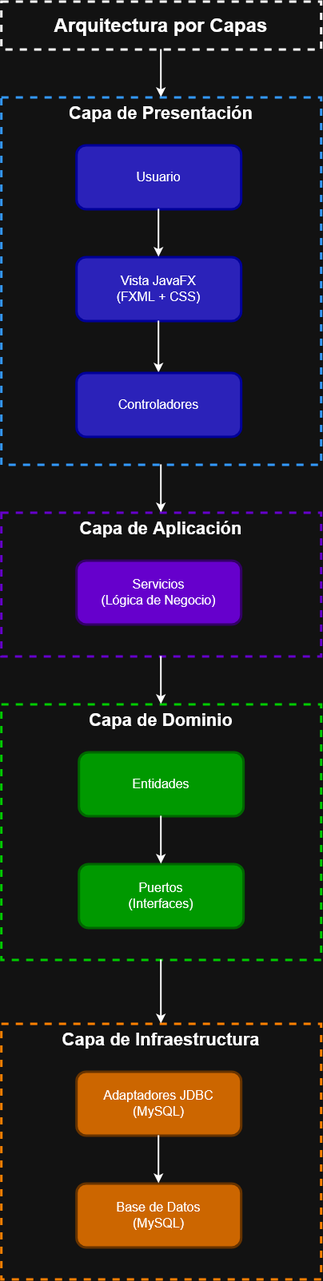
The draw.io diagram docs/images/spanish/diagramas/Diagrama_Arquitectura_de_Capas.png in carrascalpjosedanieldev/retail-management-system, before a commit. Source tidied: cells renumbered, new cells last; positions are measured from the earlier drawing's top-left corner, leaving out a move shared by most shapes.
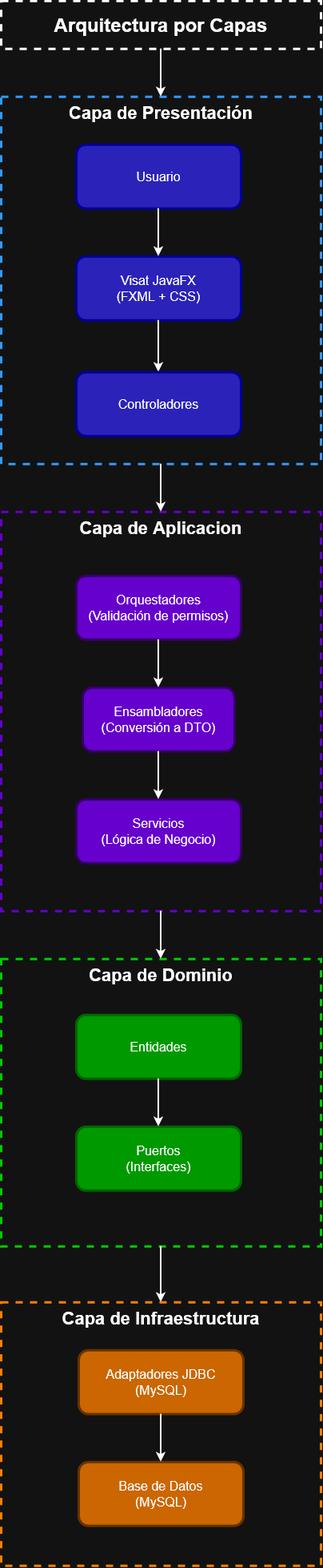
Above is the later version.

Diff of the diagram source:
```diff
@@ -2,7 +2,7 @@
   <root>
     <mxCell id="0" />
     <mxCell id="1" parent="0" />
-    <mxCell id="2" value="&lt;font&gt;&lt;span&gt;Arquitectura por Capas&lt;/span&gt;&lt;/font&gt;" style="rounded=0;whiteSpace=wrap;html=1;fillColor=none;strokeWidth=3;dashed=1;fontSize=24;fontStyle=1;" parent="1" vertex="1">
+    <mxCell id="2" value="Arquitectura por Capas" style="rounded=0;whiteSpace=wrap;html=1;fillColor=none;strokeWidth=3;dashed=1;fontSize=24;fontStyle=1;" parent="1" vertex="1">
       <mxGeometry width="400" height="60" as="geometry" />
     </mxCell>
     <mxCell id="3" value="Capa de Presentación" style="rounded=0;whiteSpace=wrap;html=1;fillColor=none;align=center;verticalAlign=top;fontSize=22;dashed=1;strokeWidth=3;strokeColor=light-dark(#000000,#3399FF);fontStyle=1;" parent="1" vertex="1">
@@ -11,7 +11,7 @@
     <mxCell id="4" value="Usuario" style="rounded=1;whiteSpace=wrap;html=1;fillColor=light-dark(#000053,#2B22B9);fontSize=16;strokeColor=light-dark(#000000,#000099);strokeWidth=3;" parent="1" vertex="1">
       <mxGeometry x="94" y="180" width="206" height="80" as="geometry" />
     </mxCell>
-    <mxCell id="5" value="&lt;div&gt;Vista JavaFX&lt;/div&gt;&lt;div&gt;(FXML + CSS)&lt;/div&gt;" style="rounded=1;whiteSpace=wrap;html=1;fillColor=light-dark(#000053,#2B22B9);fontSize=16;strokeColor=light-dark(#000000,#000099);strokeWidth=3;" parent="1" vertex="1">
+    <mxCell id="5" value="&lt;div&gt;Visat JavaFX&lt;/div&gt;&lt;div&gt;(FXML + CSS)&lt;/div&gt;" style="rounded=1;whiteSpace=wrap;html=1;fillColor=light-dark(#000053,#2B22B9);fontSize=16;strokeColor=light-dark(#000000,#000099);strokeWidth=3;" parent="1" vertex="1">
       <mxGeometry x="94" y="320" width="206" height="80" as="geometry" />
     </mxCell>
     <mxCell id="6" style="endArrow=classic;html=1;rounded=0;exitX=0.5;exitY=1;exitDx=0;exitDy=0;entryX=0.5;entryY=0;entryDx=0;entryDy=0;strokeWidth=2;" parent="1" edge="1" source="4" target="5">
@@ -23,11 +23,11 @@
     <mxCell id="8" value="Controladores" style="rounded=1;whiteSpace=wrap;html=1;fillColor=light-dark(#000053,#2B22B9);fontSize=16;strokeColor=light-dark(#000000,#000099);strokeWidth=3;" parent="1" vertex="1">
       <mxGeometry x="94" y="465" width="206" height="80" as="geometry" />
     </mxCell>
-    <mxCell id="9" value="Capa de Aplicación" style="rounded=0;whiteSpace=wrap;html=1;fillColor=none;align=center;verticalAlign=top;fontSize=22;dashed=1;strokeWidth=3;strokeColor=light-dark(#000000,#6600CC);fontStyle=1;" parent="1" vertex="1">
-      <mxGeometry y="640" width="400" height="180" as="geometry" />
+    <mxCell id="9" value="Capa de Aplicacion" style="rounded=0;whiteSpace=wrap;html=1;fillColor=none;align=center;verticalAlign=top;fontSize=22;dashed=1;strokeWidth=3;strokeColor=light-dark(#000000,#6600CC);fontStyle=1;" parent="1" vertex="1">
+      <mxGeometry y="640" width="400" height="500" as="geometry" />
     </mxCell>
-    <mxCell id="10" value="&lt;div&gt;Servicios&lt;/div&gt;&lt;div&gt;(Lógica de Negocio)&lt;/div&gt;" style="rounded=1;whiteSpace=wrap;html=1;fillColor=light-dark(#330066,#6600CC);fontSize=16;strokeColor=light-dark(#330066,#330066);strokeWidth=3;" parent="1" vertex="1">
-      <mxGeometry x="94" y="700" width="206" height="80" as="geometry" />
+    <mxCell id="10" value="&lt;div&gt;Orquestadores&lt;/div&gt;&lt;div&gt;(Validación de permisos)&lt;/div&gt;" style="rounded=1;whiteSpace=wrap;html=1;fillColor=light-dark(#330066,#6600CC);fontSize=16;strokeColor=light-dark(#330066,#330066);strokeWidth=3;" parent="1" vertex="1">
+      <mxGeometry x="94" y="720" width="206" height="80" as="geometry" />
     </mxCell>
     <mxCell id="11" style="endArrow=classic;html=1;rounded=0;strokeWidth=2;entryX=0.5;entryY=0;entryDx=0;entryDy=0;exitX=0.5;exitY=1;exitDx=0;exitDy=0;" parent="1" edge="1" source="3" target="9">
       <mxGeometry relative="1" as="geometry" />
@@ -36,34 +36,46 @@
       <mxGeometry relative="1" as="geometry" />
     </mxCell>
     <mxCell id="13" value="Capa de Dominio" style="rounded=0;whiteSpace=wrap;html=1;fillColor=none;align=center;verticalAlign=top;fontSize=22;dashed=1;strokeWidth=3;strokeColor=light-dark(#000000,#00CC00);fontStyle=1;" parent="1" vertex="1">
-      <mxGeometry y="880" width="400" height="320" as="geometry" />
+      <mxGeometry y="1200" width="400" height="360" as="geometry" />
     </mxCell>
     <mxCell id="14" style="endArrow=classic;html=1;rounded=0;strokeWidth=2;entryX=0.5;entryY=0;entryDx=0;entryDy=0;exitX=0.5;exitY=1;exitDx=0;exitDy=0;" parent="1" edge="1" source="9" target="13">
       <mxGeometry relative="1" as="geometry" />
     </mxCell>
-    <mxCell id="15" value="&lt;div&gt;Puertos&lt;/div&gt;&lt;div&gt;(Interfaces)&lt;/div&gt;" style="rounded=1;whiteSpace=wrap;html=1;fillColor=light-dark(#330066,#009900);fontSize=16;strokeColor=light-dark(#330066,#006600);strokeWidth=3;" parent="1" vertex="1">
-      <mxGeometry x="97" y="1080" width="206" height="80" as="geometry" />
+    <mxCell id="15" value="&lt;div&gt;Puertos&lt;/div&gt;&lt;div&gt;&lt;span class=&quot;HwtZe&quot; lang=&quot;en&quot;&gt;&lt;span class=&quot;jCAhz ChMk0b&quot;&gt;&lt;span class=&quot;ryNqvb&quot;&gt;(Interfaces)&lt;/span&gt;&lt;/span&gt;&lt;/span&gt;&lt;/div&gt;" style="rounded=1;whiteSpace=wrap;html=1;fillColor=light-dark(#330066,#009900);fontSize=16;strokeColor=light-dark(#330066,#006600);strokeWidth=3;" parent="1" vertex="1">
+      <mxGeometry x="94" y="1410" width="206" height="80" as="geometry" />
     </mxCell>
     <mxCell id="16" value="Capa de Infraestructura" style="rounded=0;whiteSpace=wrap;html=1;fillColor=none;align=center;verticalAlign=top;fontSize=22;dashed=1;strokeWidth=3;strokeColor=light-dark(#000000,#FF8000);fontStyle=1;" parent="1" vertex="1">
-      <mxGeometry y="1280" width="400" height="320" as="geometry" />
+      <mxGeometry y="1630" width="400" height="330" as="geometry" />
     </mxCell>
     <mxCell id="17" style="endArrow=classic;html=1;rounded=0;strokeWidth=2;entryX=0.5;entryY=0;entryDx=0;entryDy=0;exitX=0.5;exitY=1;exitDx=0;exitDy=0;" parent="1" edge="1" source="13" target="16">
       <mxGeometry relative="1" as="geometry" />
     </mxCell>
-    <mxCell id="18" value="&lt;div&gt;Adaptadores JDBC&lt;/div&gt;&lt;div&gt;(MySQL)&lt;/div&gt;" style="rounded=1;whiteSpace=wrap;html=1;fillColor=light-dark(#330066,#CC6600);fontSize=16;strokeColor=light-dark(#330066,#663300);strokeWidth=3;" parent="1" vertex="1">
-      <mxGeometry x="94" y="1340" width="206" height="80" as="geometry" />
+    <mxCell id="18" value="&lt;div&gt;&lt;span class=&quot;HwtZe&quot; lang=&quot;en&quot;&gt;&lt;span class=&quot;jCAhz ChMk0b&quot;&gt;&lt;span class=&quot;ryNqvb&quot;&gt;Adaptadores&amp;nbsp;JDBC&lt;/span&gt;&lt;/span&gt;&lt;/span&gt;&lt;/div&gt;&lt;div&gt;(MySQL)&lt;/div&gt;" style="rounded=1;whiteSpace=wrap;html=1;fillColor=light-dark(#330066,#CC6600);fontSize=16;strokeColor=light-dark(#330066,#663300);strokeWidth=3;" parent="1" vertex="1">
+      <mxGeometry x="97" y="1690" width="206" height="80" as="geometry" />
     </mxCell>
     <mxCell id="19" value="&lt;div&gt;Base de Datos&lt;/div&gt;&lt;div&gt;(MySQL)&lt;/div&gt;" style="rounded=1;whiteSpace=wrap;html=1;fillColor=light-dark(#330066,#CC6600);fontSize=16;strokeColor=light-dark(#330066,#663300);strokeWidth=3;" parent="1" vertex="1">
-      <mxGeometry x="94" y="1480" width="206" height="80" as="geometry" />
+      <mxGeometry x="97" y="1830" width="206" height="80" as="geometry" />
     </mxCell>
     <mxCell id="20" style="endArrow=classic;html=1;rounded=0;strokeWidth=2;entryX=0.5;entryY=0;entryDx=0;entryDy=0;exitX=0.5;exitY=1;exitDx=0;exitDy=0;" parent="1" edge="1" source="18" target="19">
       <mxGeometry relative="1" as="geometry" />
     </mxCell>
-    <mxCell id="21" value="Entidades" style="rounded=1;whiteSpace=wrap;html=1;fillColor=light-dark(#330066,#009900);fontSize=16;strokeColor=light-dark(#330066,#006600);strokeWidth=3;" parent="1" vertex="1">
-      <mxGeometry x="97" y="940" width="206" height="80" as="geometry" />
+    <mxCell id="21" value="&lt;div&gt;Entidades&lt;/div&gt;" style="rounded=1;whiteSpace=wrap;html=1;fillColor=light-dark(#330066,#009900);fontSize=16;strokeColor=light-dark(#330066,#006600);strokeWidth=3;" parent="1" vertex="1">
+      <mxGeometry x="94" y="1270" width="206" height="80" as="geometry" />
     </mxCell>
     <mxCell id="22" style="endArrow=classic;html=1;rounded=0;strokeWidth=2;entryX=0.5;entryY=0;entryDx=0;entryDy=0;exitX=0.5;exitY=1;exitDx=0;exitDy=0;" parent="1" edge="1" source="21" target="15">
       <mxGeometry relative="1" as="geometry" />
     </mxCell>
+    <mxCell id="23" value="&lt;div&gt;Ensambladores&lt;/div&gt;&lt;div&gt;(Conversión a DTO)&lt;/div&gt;" style="rounded=1;whiteSpace=wrap;html=1;fillColor=light-dark(#330066,#6600CC);fontSize=16;strokeColor=light-dark(#330066,#330066);strokeWidth=3;" parent="1" vertex="1">
+      <mxGeometry x="102" y="860" width="190" height="80" as="geometry" />
+    </mxCell>
+    <mxCell id="24" style="endArrow=classic;html=1;rounded=0;strokeWidth=2;entryX=0.5;entryY=0;entryDx=0;entryDy=0;exitX=0.5;exitY=1;exitDx=0;exitDy=0;" parent="1" edge="1" source="10" target="23">
+      <mxGeometry relative="1" as="geometry" />
+    </mxCell>
+    <mxCell id="25" value="&lt;div&gt;Servicios&lt;/div&gt;&lt;div&gt;&lt;span class=&quot;HwtZe&quot; lang=&quot;en&quot;&gt;&lt;span class=&quot;jCAhz ChMk0b&quot;&gt;&lt;span class=&quot;ryNqvb&quot;&gt;(Lógica de Negocio)&lt;/span&gt;&lt;/span&gt;&lt;/span&gt;&lt;/div&gt;" style="rounded=1;whiteSpace=wrap;html=1;fillColor=light-dark(#330066,#6600CC);fontSize=16;strokeColor=light-dark(#330066,#330066);strokeWidth=3;" parent="1" vertex="1">
+      <mxGeometry x="94" y="1000" width="206" height="80" as="geometry" />
+    </mxCell>
+    <mxCell id="26" style="endArrow=classic;html=1;rounded=0;strokeWidth=2;entryX=0.5;entryY=0;entryDx=0;entryDy=0;exitX=0.5;exitY=1;exitDx=0;exitDy=0;" parent="1" edge="1" source="23" target="25">
+      <mxGeometry relative="1" as="geometry" />
+    </mxCell>
   </root>
 </mxGraphModel>
```
